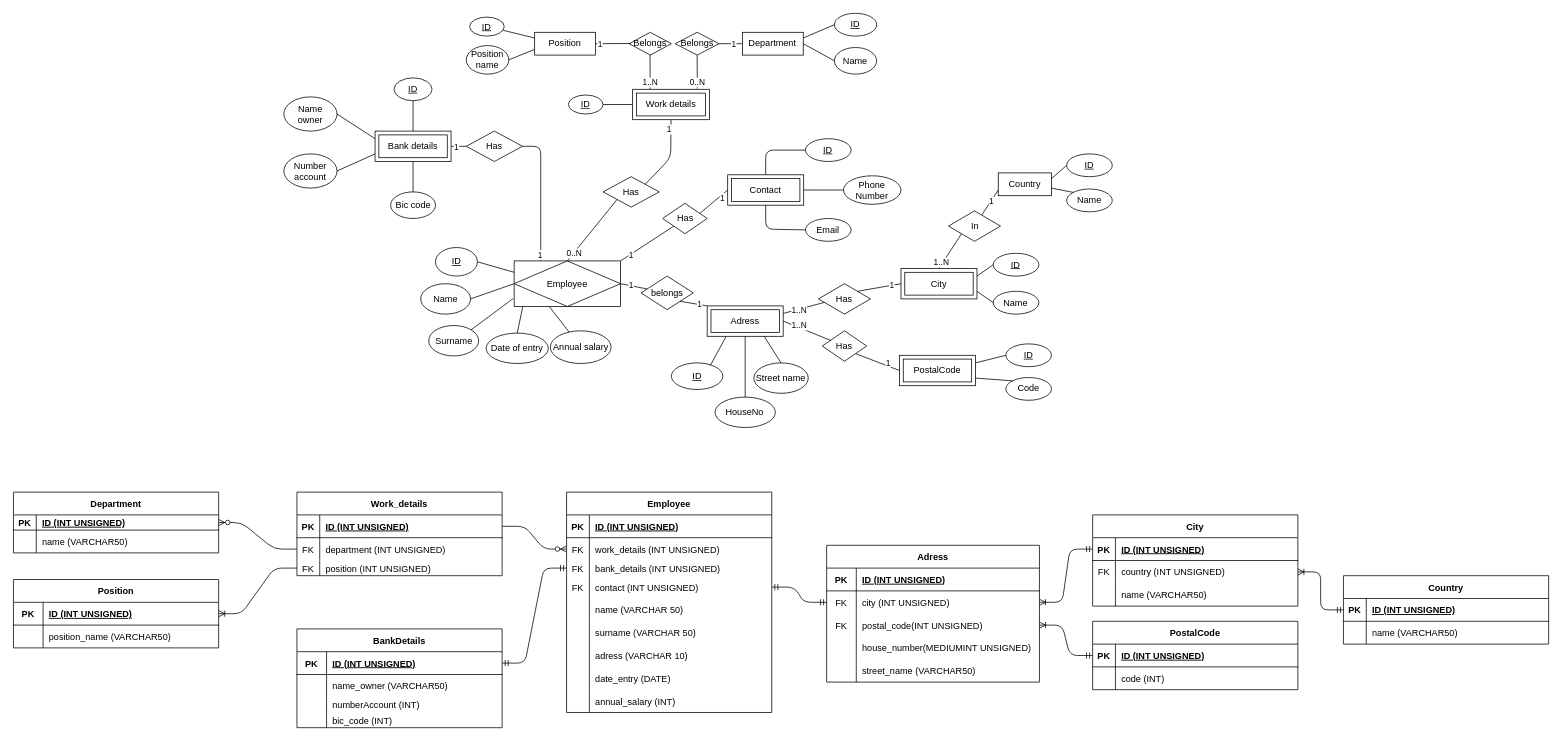
This is Scheme_database.drawio from AntoineD74/Database-project, a draw.io file, before an edit. Source tidied: cells renumbered, new cells numbered last; positions are measured from the earlier drawing's top-left corner, leaving out a move shared by most shapes. Both pictures are drawn from the tidied source at 76%, with x=0, y=0 at pixel (13, 13).
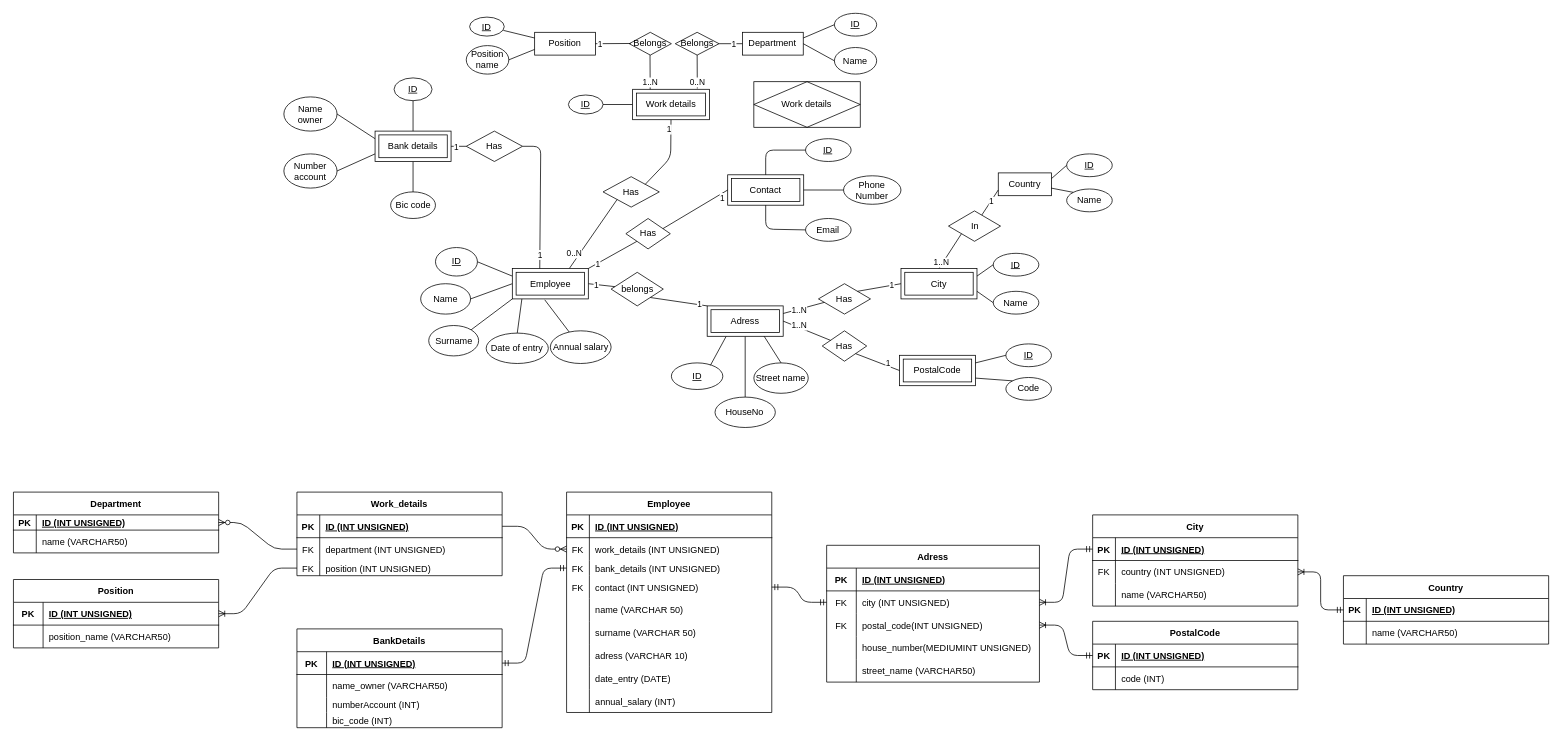
The same diagram, later.

The change refers to these unchanged cells:
```xml
<mxCell id="3" value="Surname" style="ellipse;whiteSpace=wrap;html=1;" parent="1" vertex="1">
  <mxGeometry x="546.6" y="410.8" width="65.7" height="40" as="geometry" />
</mxCell>
<mxCell id="5" value="&lt;u&gt;ID&lt;/u&gt;" style="ellipse;whiteSpace=wrap;html=1;" parent="1" vertex="1">
  <mxGeometry x="555.5" y="308.2" width="55.2" height="37.5" as="geometry" />
</mxCell>
<mxCell id="6" value="Date of entry" style="ellipse;whiteSpace=wrap;html=1;" parent="1" vertex="1">
  <mxGeometry x="622.2" y="420.8" width="81.8" height="40" as="geometry" />
</mxCell>
<mxCell id="13" value="Has" style="rhombus;whiteSpace=wrap;html=1;" parent="1" vertex="1">
  <mxGeometry x="776" y="215" width="74" height="40" as="geometry" />
</mxCell>
<mxCell id="35" value="Annual salary" style="ellipse;whiteSpace=wrap;html=1;" parent="1" vertex="1">
  <mxGeometry x="706.6" y="417.8" width="80" height="43" as="geometry" />
</mxCell>
<mxCell id="119" value="Has" style="rhombus;whiteSpace=wrap;html=1;" parent="1" vertex="1">
  <mxGeometry x="596" y="155" width="74" height="40" as="geometry" />
</mxCell>
```

The edit, as a diff of the source:
```diff
@@
-    <mxCell id="7" style="endArrow=none;html=1;exitX=1;exitY=0;exitDx=0;exitDy=0;entryX=-0.01;entryY=0.826;entryDx=0;entryDy=0;entryPerimeter=0;" parent="1" edge="1" source="3" target="144">
+    <mxCell id="7" style="endArrow=none;html=1;exitX=1;exitY=0;exitDx=0;exitDy=0;entryX=0;entryY=1;entryDx=0;entryDy=0;" parent="1" edge="1" source="3" target="144">
       <mxGeometry relative="1" as="geometry" />
     </mxCell>
@@
-    <mxCell id="9" style="endArrow=none;html=1;entryX=0;entryY=0.25;entryDx=0;entryDy=0;exitX=1;exitY=0.5;exitDx=0;exitDy=0;" parent="1" edge="1" source="5" target="144">
+    <mxCell id="9" style="endArrow=none;html=1;exitX=1;exitY=0.5;exitDx=0;exitDy=0;entryX=0;entryY=0.25;entryDx=0;entryDy=0;" parent="1" edge="1" source="5" target="144">
       <mxGeometry relative="1" as="geometry" />
     </mxCell>
-    <mxCell id="10" style="endArrow=none;html=1;exitX=0.5;exitY=0;exitDx=0;exitDy=0;entryX=0.081;entryY=1.001;entryDx=0;entryDy=0;entryPerimeter=0;" parent="1" edge="1" source="6" target="144">
+    <mxCell id="10" style="endArrow=none;html=1;exitX=0.5;exitY=0;exitDx=0;exitDy=0;entryX=0.127;entryY=0.981;entryDx=0;entryDy=0;entryPerimeter=0;" parent="1" edge="1" source="6" target="144">
       <mxGeometry relative="1" as="geometry" />
     </mxCell>
@@
-    <mxCell id="37" style="endArrow=none;html=1;exitX=0.5;exitY=0;exitDx=0;exitDy=0;entryX=0;entryY=1;entryDx=0;entryDy=0;" parent="1" edge="1" source="144" target="13">
+    <mxCell id="37" style="endArrow=none;html=1;exitX=0.75;exitY=0;exitDx=0;exitDy=0;entryX=0;entryY=1;entryDx=0;entryDy=0;" parent="1" edge="1" source="144" target="13">
       <mxGeometry relative="1" as="geometry" />
     </mxCell>
@@
-    <mxCell id="39" style="endArrow=none;html=1;exitX=1;exitY=0.5;exitDx=0;exitDy=0;entryX=0.25;entryY=0;entryDx=0;entryDy=0;" parent="1" edge="1" source="119" target="144">
+    <mxCell id="39" style="endArrow=none;html=1;exitX=1;exitY=0.5;exitDx=0;exitDy=0;entryX=0.361;entryY=0.015;entryDx=0;entryDy=0;entryPerimeter=0;" parent="1" edge="1" source="119" target="144">
       <mxGeometry relative="1" as="geometry">
         <Array as="points">
           <mxPoint x="694" y="175" />
         </Array>
       </mxGeometry>
     </mxCell>
@@
     <mxCell id="133" value="belongs" style="rhombus;whiteSpace=wrap;html=1;" parent="1" vertex="1">
-      <mxGeometry x="826" y="345.8" width="68.7" height="44.2" as="geometry" />
+      <mxGeometry x="786.6" y="340.8" width="68.7" height="44.2" as="geometry" />
     </mxCell>
@@
-    <mxCell id="142" style="endArrow=none;html=1;entryX=0.333;entryY=1.009;entryDx=0;entryDy=0;entryPerimeter=0;" parent="1" edge="1" source="35" target="144">
+    <mxCell id="142" style="endArrow=none;html=1;entryX=0.427;entryY=1.031;entryDx=0;entryDy=0;entryPerimeter=0;" parent="1" edge="1" source="35" target="144">
       <mxGeometry relative="1" as="geometry" />
     </mxCell>
@@
-    <mxCell id="144" value="Employee" style="shape=associativeEntity;whiteSpace=wrap;html=1;align=center;" parent="1" vertex="1">
-      <mxGeometry x="659" y="325.8" width="140" height="60" as="geometry" />
-    </mxCell>
     <mxCell id="145" value="Has" style="rhombus;whiteSpace=wrap;html=1;" parent="1" vertex="1">
-      <mxGeometry x="854.5" y="250" width="58.5" height="40" as="geometry" />
+      <mxGeometry x="806" y="270" width="58.5" height="40" as="geometry" />
     </mxCell>
@@
     <mxCell id="168" value="1" style="edgeLabel;html=1;align=center;verticalAlign=middle;" parent="1" vertex="1">
-      <mxGeometry x="656" y="395.8" as="geometry">
+      <mxGeometry x="610.7" y="395.8" as="geometry">
         <mxPoint x="156" y="-38" as="offset" />
       </mxGeometry>
     </mxCell>
@@
     <mxCell id="177" value="1" style="edgeLabel;html=1;align=center;verticalAlign=middle;" parent="1" vertex="1">
-      <mxGeometry x="656" y="355.8" as="geometry">
+      <mxGeometry x="612.3" y="367.9" as="geometry">
         <mxPoint x="156" y="-38" as="offset" />
       </mxGeometry>
     </mxCell>
@@
+    <mxCell id="144" value="Employee" style="shape=ext;margin=3;double=1;whiteSpace=wrap;html=1;align=center;" parent="1" vertex="1">
+      <mxGeometry x="656.6" y="335.8" width="100" height="40" as="geometry" />
+    </mxCell>
+    <mxCell id="224" value="Work details" style="shape=associativeEntity;whiteSpace=wrap;html=1;align=center;" parent="1" vertex="1">
+      <mxGeometry x="974.4" y="90" width="140" height="60" as="geometry" />
+    </mxCell>
```
